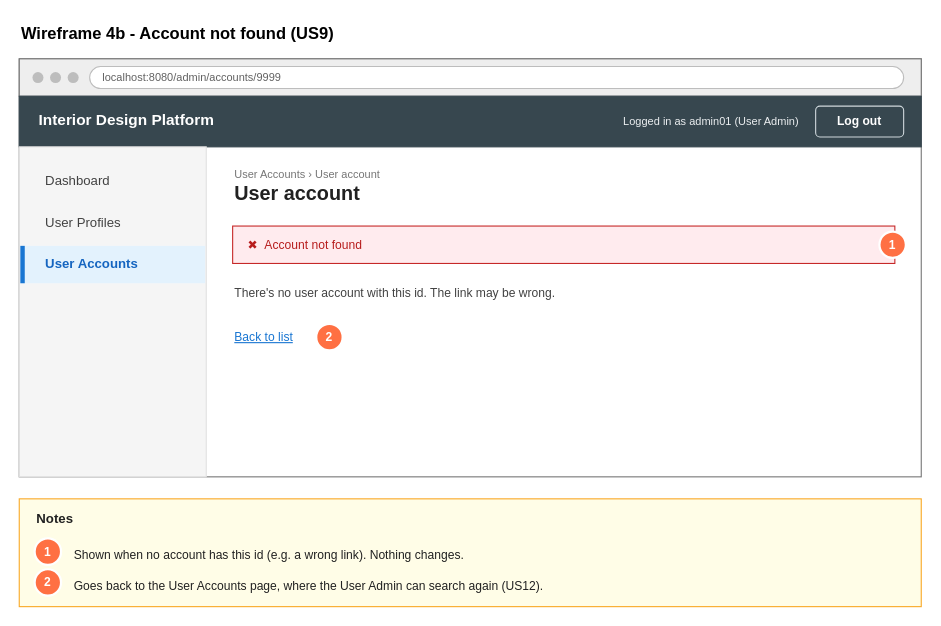
Above: page "4b Wireframe - Account not found" (3 of 5) of Sprint_1/US9 - View User Account/US9 View user account.drawio in Hanzxc/CSIT314-ARCHSS (draw.io), before the change. Source tidied: cells renumbered, new cells numbered last; positions are measured from the earlier drawing's top-left corner, leaving out a move shared by most shapes. Both pictures are drawn from the tidied source at 110%, with x=0, y=0 at pixel (19, 19).
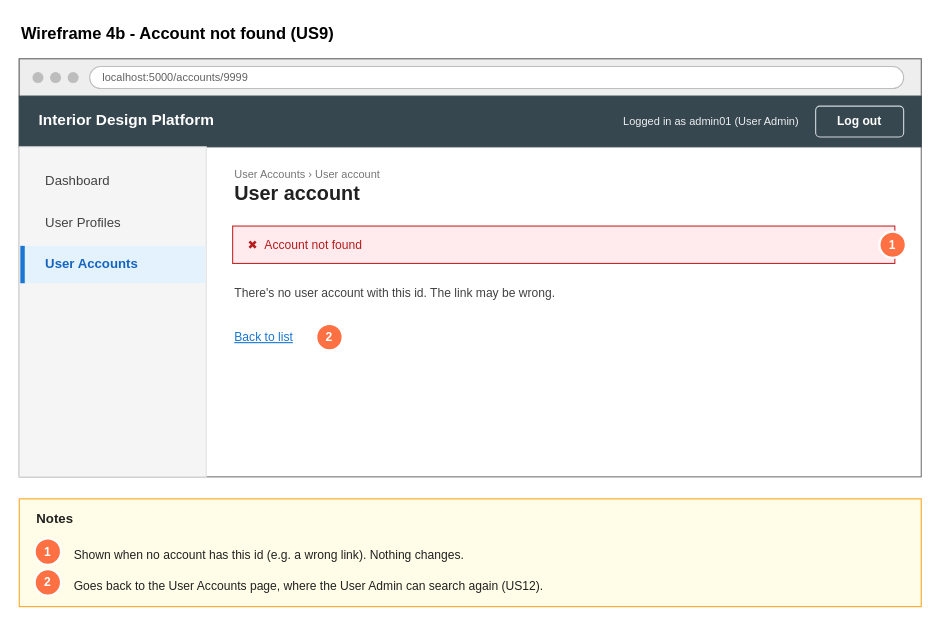
Above is the later version.

The edit, as a diff of the source:
```diff
@@
-    <mxCell id="8" value="localhost:8080/admin/accounts/9999" style="rounded=1;whiteSpace=wrap;html=1;fillColor=#FFFFFF;strokeColor=#BDBDBD;fontSize=10;fontColor=#616161;align=left;spacingLeft=10;arcSize=50;" parent="1" vertex="1">
+    <mxCell id="8" value="localhost:5000/accounts/9999" style="rounded=1;whiteSpace=wrap;html=1;fillColor=#FFFFFF;strokeColor=#BDBDBD;fontSize=10;fontColor=#616161;align=left;spacingLeft=10;arcSize=50;" parent="1" vertex="1">
       <mxGeometry x="64" y="43" width="740" height="20" as="geometry" />
     </mxCell>
```
